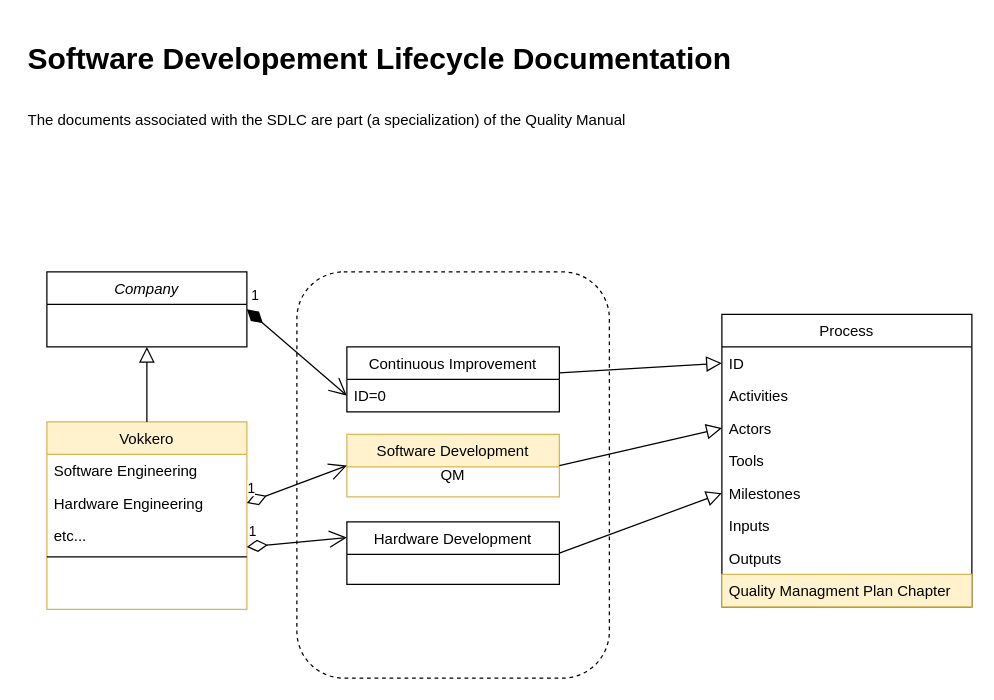
This is images/Untitled Diagram.drawio from mtitinger/zz_doc, a draw.io file, before an edit. Source tidied: cells renumbered, new cells numbered last; positions are measured from the earlier drawing's top-left corner, leaving out a move shared by most shapes. Both pictures are drawn from the tidied source at 125%, with x=0, y=0 at pixel (21, 34).
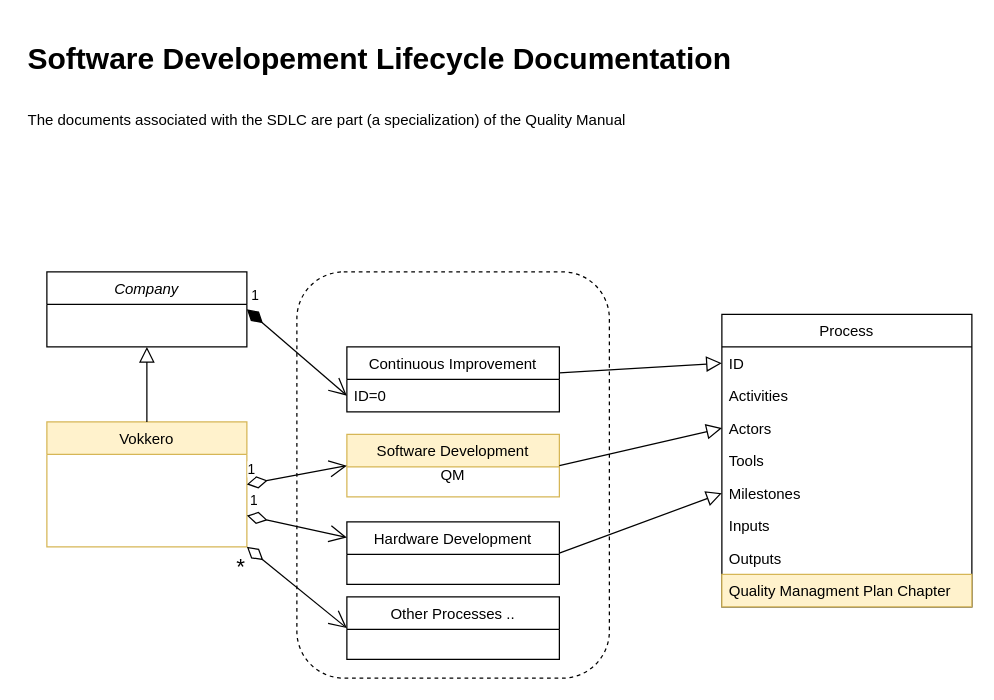
The same page after the edit.

Unchanged cells that the change refers to:
```xml
<mxCell id="20" value="Software Development" style="swimlane;fontStyle=0;align=center;verticalAlign=top;horizontal=1;startSize=26;rounded=0;shadow=0;strokeWidth=1;fillColor=#fff2cc;strokeColor=#d6b656;" parent="1" vertex="1">
  <mxGeometry x="260" y="320" width="170" height="50" as="geometry" />
</mxCell>
<mxCell id="25" value="Hardware Development" style="swimlane;fontStyle=0;align=center;verticalAlign=top;horizontal=1;startSize=26;rounded=0;shadow=0;strokeWidth=1;" parent="1" vertex="1">
  <mxGeometry x="260" y="390" width="170" height="50" as="geometry" />
</mxCell>
```

Change to the diagram source:
```diff
@@
     <mxCell id="4" value="Vokkero" style="swimlane;fontStyle=0;align=center;verticalAlign=top;horizontal=1;startSize=26;rounded=0;shadow=0;strokeWidth=1;fillColor=#fff2cc;strokeColor=#d6b656;" parent="1" vertex="1">
-      <mxGeometry x="20" y="310" width="160" height="150" as="geometry" />
+      <mxGeometry x="20" y="310" width="160" height="100" as="geometry" />
     </mxCell>
-    <mxCell id="5" value="Software Engineering" style="text;align=left;verticalAlign=top;spacingLeft=4;spacingRight=4;overflow=hidden;" parent="4" vertex="1">
-      <mxGeometry y="26" width="160" height="26" as="geometry" />
-    </mxCell>
-    <mxCell id="6" value="Hardware Engineering" style="text;align=left;verticalAlign=top;spacingLeft=4;spacingRight=4;overflow=hidden;points=[[0,0.5],[1,0.5]];portConstraint=eastwest;" parent="4" vertex="1">
-      <mxGeometry y="52" width="160" height="26" as="geometry" />
-    </mxCell>
-    <mxCell id="7" value="etc..." style="text;align=left;verticalAlign=top;spacingLeft=4;spacingRight=4;overflow=hidden;" parent="4" vertex="1">
-      <mxGeometry y="78" width="160" height="26" as="geometry" />
-    </mxCell>
-    <mxCell id="8" style="line;html=1;strokeWidth=1;align=left;verticalAlign=middle;spacingTop=-1;spacingLeft=3;spacingRight=3;labelPosition=right;" parent="4" vertex="1">
-      <mxGeometry y="104" width="160" height="8" as="geometry" />
-    </mxCell>
@@
-    <mxCell id="27" value="1" style="endArrow=open;html=1;endSize=12;startArrow=diamondThin;startSize=14;startFill=0;align=left;verticalAlign=bottom;rounded=0;exitX=1;exitY=0.5;exitDx=0;exitDy=0;entryX=0;entryY=0.5;entryDx=0;entryDy=0;" parent="1" edge="1" source="6" target="20">
+    <mxCell id="27" value="1" style="endArrow=open;html=1;endSize=12;startArrow=diamondThin;startSize=14;startFill=0;align=left;verticalAlign=bottom;rounded=0;entryX=0;entryY=0.5;entryDx=0;entryDy=0;exitX=1;exitY=0.5;exitDx=0;exitDy=0;" parent="1" edge="1" source="4" target="20">
       <mxGeometry x="-1" y="3" relative="1" as="geometry" />
     </mxCell>
-    <mxCell id="28" value="1" style="endArrow=open;html=1;endSize=12;startArrow=diamondThin;startSize=14;startFill=0;align=left;verticalAlign=bottom;rounded=0;exitX=1;exitY=0.5;exitDx=0;exitDy=0;entryX=0;entryY=0.25;entryDx=0;entryDy=0;" parent="1" edge="1" target="25">
-      <mxGeometry x="-1" y="3" relative="1" as="geometry">
-        <mxPoint x="180" y="410" as="sourcePoint" />
-      </mxGeometry>
+    <mxCell id="28" value="1" style="endArrow=open;html=1;endSize=12;startArrow=diamondThin;startSize=14;startFill=0;align=left;verticalAlign=bottom;rounded=0;exitX=1;exitY=0.75;exitDx=0;exitDy=0;entryX=0;entryY=0.25;entryDx=0;entryDy=0;" parent="1" edge="1" source="4" target="25">
+      <mxGeometry x="-1" y="3" relative="1" as="geometry" />
     </mxCell>
@@
+    <mxCell id="30" value="&lt;font style=&quot;font-size: 18px&quot;&gt;*&lt;/font&gt;" style="endArrow=open;html=1;endSize=12;startArrow=diamondThin;startSize=14;startFill=0;align=left;verticalAlign=bottom;rounded=0;exitX=1;exitY=1;exitDx=0;exitDy=0;entryX=0;entryY=0.5;entryDx=0;entryDy=0;" parent="1" edge="1" source="4" target="31">
+      <mxGeometry x="-0.78" y="-30" relative="1" as="geometry" />
+    </mxCell>
+    <mxCell id="31" value="Other Processes .." style="swimlane;fontStyle=0;align=center;verticalAlign=top;horizontal=1;startSize=26;rounded=0;shadow=0;strokeWidth=1;" parent="1" vertex="1">
+      <mxGeometry x="260" y="450" width="170" height="50" as="geometry" />
+    </mxCell>
```
